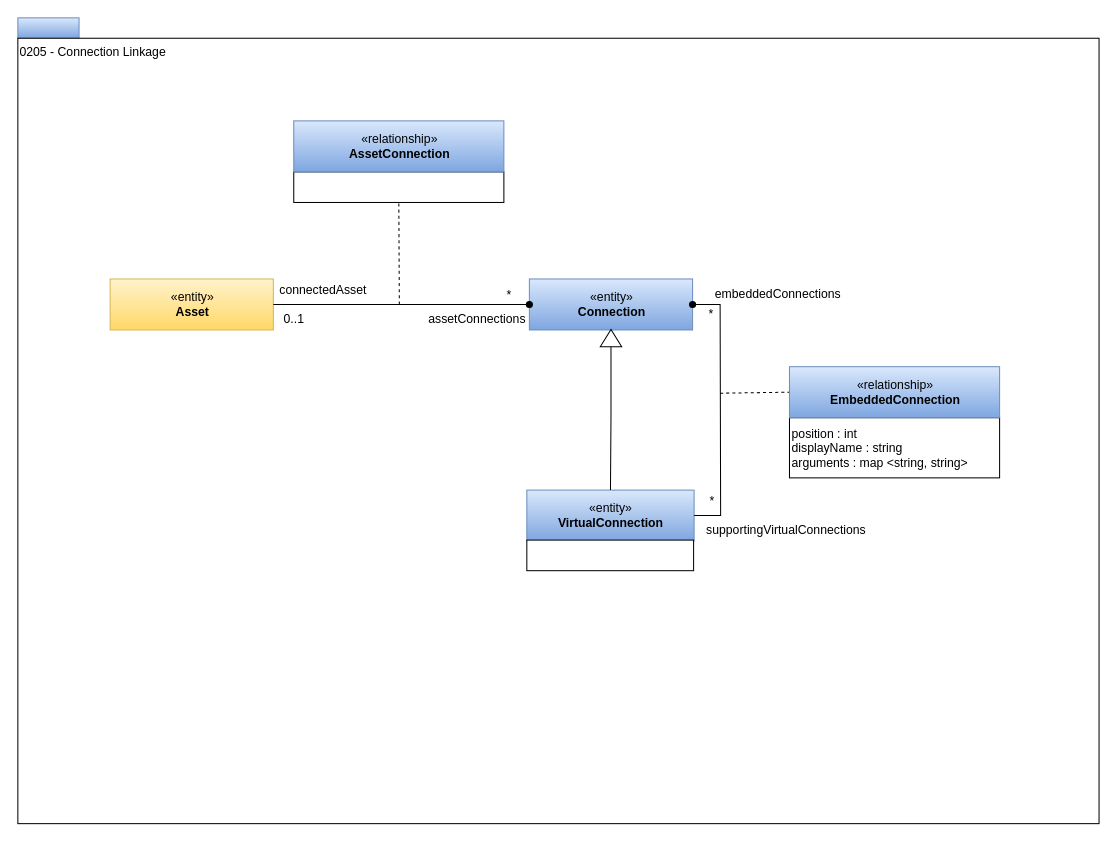
Above: page "0205-Connection-Linkage" (3 of 24) of site/docs/types/2/area-2-assets.drawio in odpi/egeria-docs (draw.io), before the change. Source tidied: cells renumbered, new cells numbered last; positions are measured from the earlier drawing's top-left corner, leaving out a move shared by most shapes. Both pictures are drawn from the tidied source at 102%, with x=0, y=0 at pixel (17, 17).
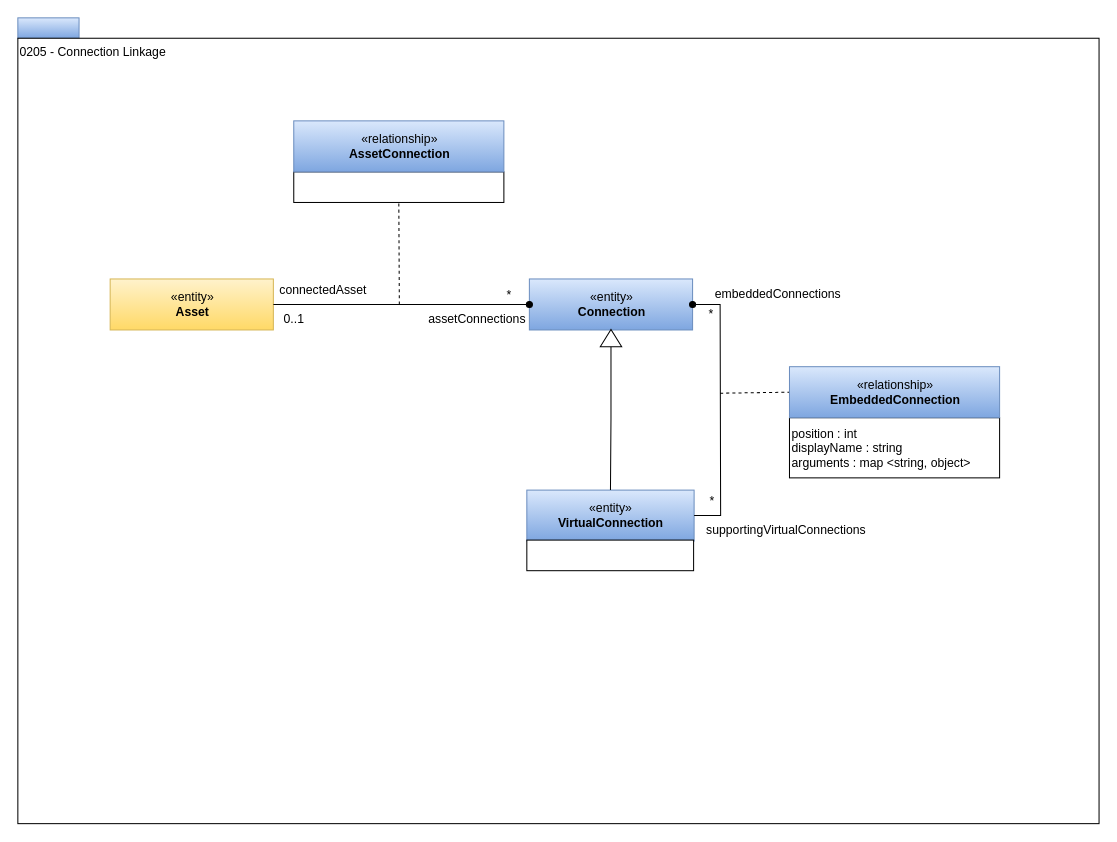
Above is the later version.

What changed in the source:
```diff
@@
-    <mxCell id="9" value="position : int&lt;br&gt;displayName : string&lt;br&gt;arguments : map &amp;lt;string, string&amp;gt;&lt;br&gt;" style="rounded=0;whiteSpace=wrap;html=1;strokeColor=#000000;gradientColor=#ffffff;align=left;" parent="1" vertex="1">
+    <mxCell id="9" value="position : int&lt;br&gt;displayName : string&lt;br&gt;arguments : map &amp;lt;string, object&amp;gt;" style="rounded=0;whiteSpace=wrap;html=1;strokeColor=#000000;gradientColor=#ffffff;align=left;" parent="1" vertex="1">
       <mxGeometry x="756.5" y="392" width="206" height="59" as="geometry" />
     </mxCell>
```
